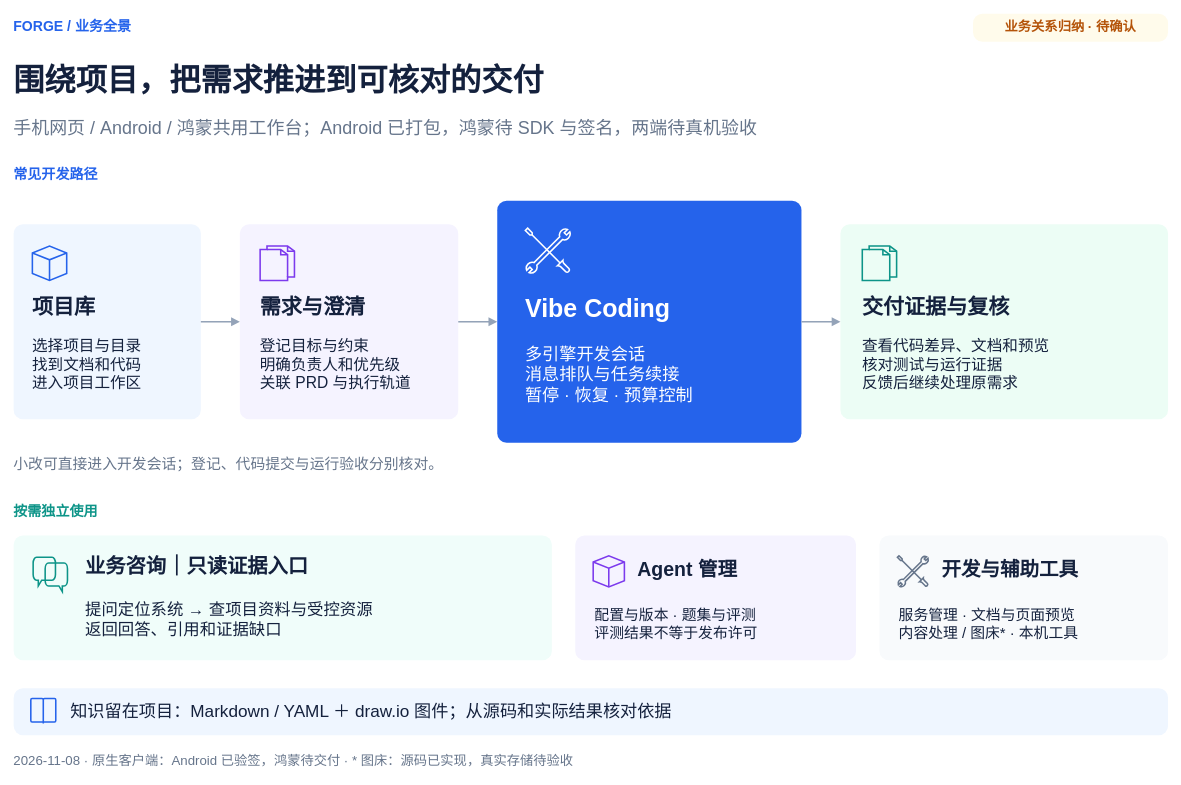
Before: docs/diagrams/Forge业务全景图.drawio in exception-coder/kai-toolbox, a draw.io diagram. Source tidied: cells renumbered, new cells numbered last; positions are measured from the earlier drawing's top-left corner, leaving out a move shared by most shapes. Both pictures are drawn from the tidied source at 78%, with x=0, y=0 at pixel (13, 13).
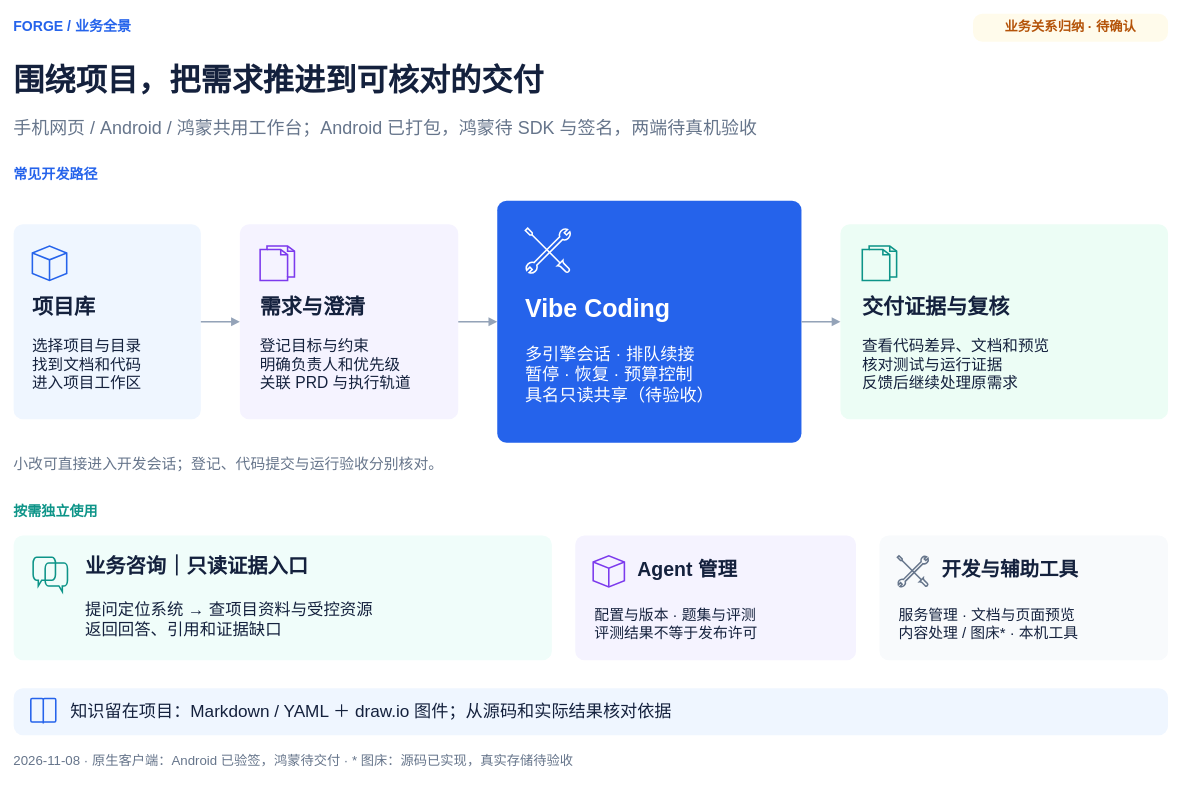
The same diagram, later.

The change refers to these unchanged cells:
```xml
<mxCell id="18" style="group;" parent="1" vertex="1">
  <mxGeometry x="620" y="240" width="390" height="310" as="geometry" />
</mxCell>
```

Diff of the diagram source:
```diff
@@
-    <mxCell id="22" value="多引擎开发会话&#10;消息排队与任务续接&#10;暂停 · 恢复 · 预算控制" style="fontFamily=Microsoft YaHei,Arial;html=0;text;strokeColor=none;fillColor=none;align=left;verticalAlign=middle;fontSize=22;fontColor=#FFFFFF;fontStyle=0;whiteSpace=wrap;spacing=0;" parent="18" vertex="1">
+    <mxCell id="22" value="多引擎会话 · 排队续接&#10;暂停 · 恢复 · 预算控制&#10;具名只读共享（待验收）" style="fontFamily=Microsoft YaHei,Arial;html=0;text;strokeColor=none;fillColor=none;align=left;verticalAlign=middle;fontSize=22;fontColor=#FFFFFF;fontStyle=0;whiteSpace=wrap;spacing=0;" parent="18" vertex="1">
       <mxGeometry x="36" y="174" width="320" height="98" as="geometry" />
     </mxCell>
```
